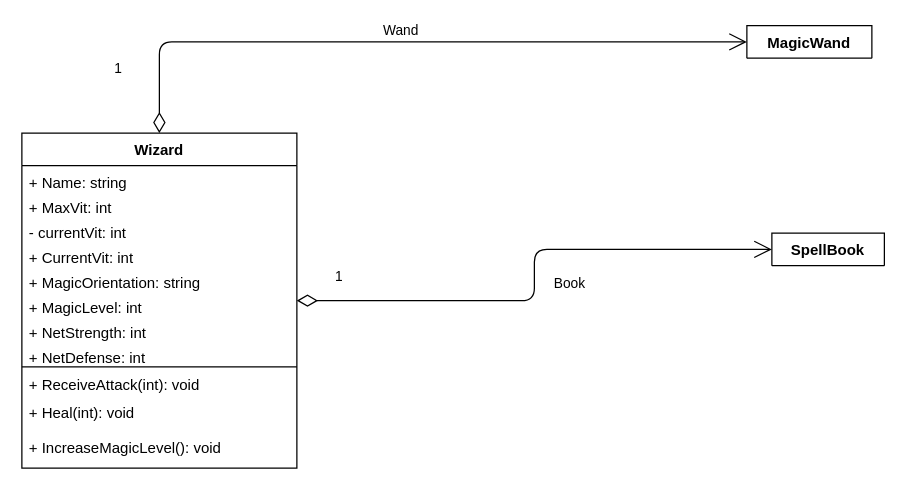
Before: Assets/UML-diagrams/Wizard.drawio in ProgramacionII-Equipo3/PII_RoleplayGame_1_Start, a draw.io diagram. Source tidied: cells renumbered, new cells numbered last; positions are measured from the earlier drawing's top-left corner, leaving out a move shared by most shapes. Both pictures are drawn from the tidied source at 125%, with x=0, y=0 at pixel (21, 25).
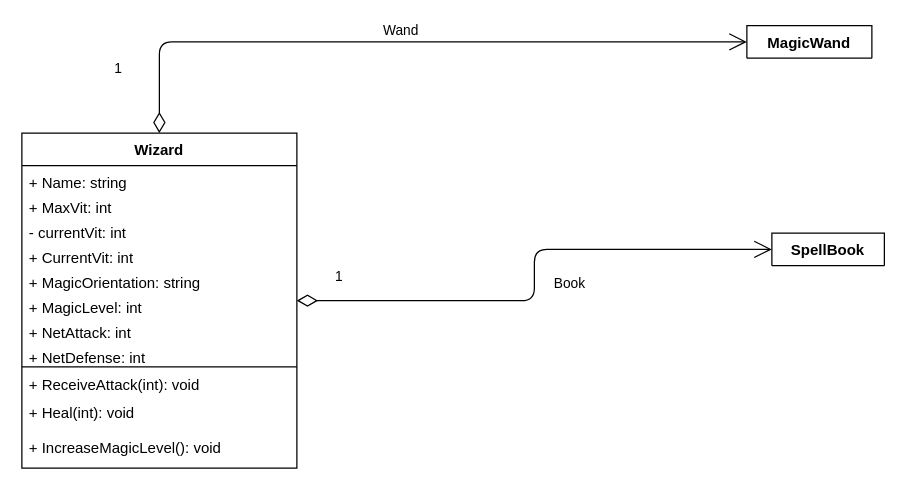
Above is the later version.

The change refers to these unchanged cells:
```xml
<mxCell id="2" value="Wizard" style="swimlane;fontStyle=1;align=center;verticalAlign=top;horizontal=1;startSize=26;" parent="1" vertex="1">
  <mxGeometry y="86" width="220" height="268" as="geometry" />
</mxCell>
```

What changed in the source:
```diff
@@
-    <mxCell id="9" value="+ NetStrength: int" style="text;strokeColor=none;fillColor=none;align=left;verticalAlign=top;spacingLeft=4;spacingRight=4;overflow=hidden;" parent="2" vertex="1">
+    <mxCell id="9" value="+ NetAttack: int" style="text;strokeColor=none;fillColor=none;align=left;verticalAlign=top;spacingLeft=4;spacingRight=4;overflow=hidden;" parent="2" vertex="1">
       <mxGeometry y="146" width="220" height="20" as="geometry" />
     </mxCell>
```
